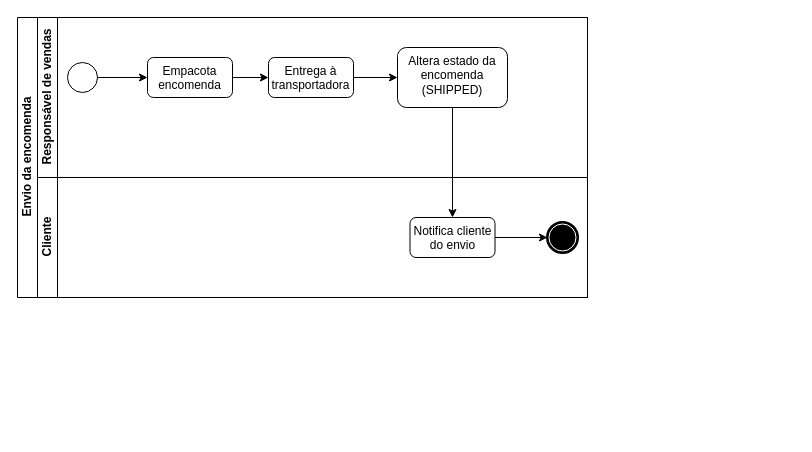
This is page "Envio" (3 of 4) of docs/bpmn.drawio from joaobraganca555/GlobalTech_ETL, a draw.io file, before an edit. Source tidied: cells renumbered, new cells numbered last; positions are measured from the earlier drawing's top-left corner, leaving out a move shared by most shapes. Both pictures are drawn from the tidied source at 100%, with x=0, y=0 at pixel (17, 17).
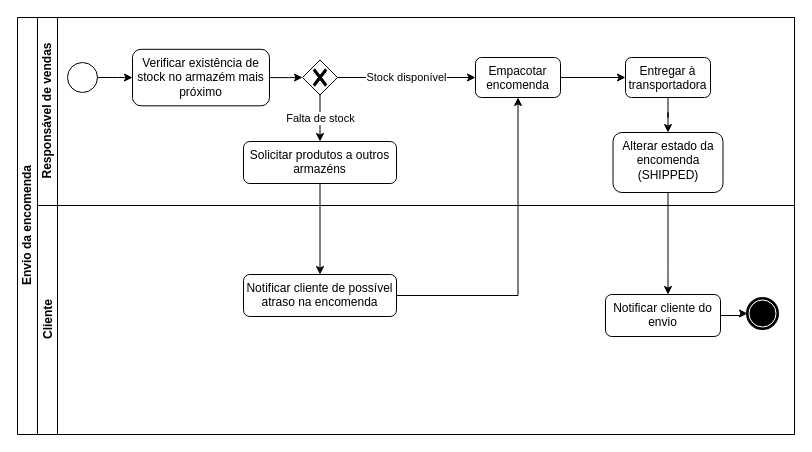
The same diagram, later.

Unchanged cells that the change refers to:
```xml
<mxCell id="8" style="points=[[0.145,0.145,0],[0.5,0,0],[0.855,0.145,0],[1,0.5,0],[0.855,0.855,0],[0.5,1,0],[0.145,0.855,0],[0,0.5,0]];shape=mxgraph.bpmn.event;html=1;verticalLabelPosition=bottom;labelBackgroundColor=#ffffff;verticalAlign=top;align=center;perimeter=ellipsePerimeter;outlineConnect=0;outline=standard;symbol=general;" parent="6" vertex="1">
  <mxGeometry x="30" y="45" width="30" height="30" as="geometry" />
</mxCell>
```

Diff of the diagram source:
```diff
@@
     <mxCell id="2" value="Envio da encomenda" style="swimlane;html=1;horizontal=0;startSize=20;" parent="1" vertex="1">
-      <mxGeometry width="570" height="280" as="geometry" />
+      <mxGeometry width="777" height="417" as="geometry" />
     </mxCell>
-    <mxCell id="3" style="edgeStyle=orthogonalEdgeStyle;rounded=0;orthogonalLoop=1;jettySize=auto;html=1;dashed=1;endArrow=none;endFill=0;" parent="2" edge="1">
-      <mxGeometry relative="1" as="geometry">
-        <mxPoint x="180" y="90" as="sourcePoint" />
-        <mxPoint x="180" y="90" as="targetPoint" />
-      </mxGeometry>
-    </mxCell>
@@
+    <mxCell id="3" style="edgeStyle=orthogonalEdgeStyle;rounded=0;orthogonalLoop=1;jettySize=auto;html=1;dashed=1;endArrow=none;endFill=0;" parent="2" edge="1">
+      <mxGeometry relative="1" as="geometry">
+        <mxPoint x="222" y="88.2" as="sourcePoint" />
+        <mxPoint x="222" y="88.2" as="targetPoint" />
+      </mxGeometry>
+    </mxCell>
     <mxCell id="6" value="Responsável de vendas" style="swimlane;html=1;startSize=20;horizontal=0;" parent="2" vertex="1">
-      <mxGeometry x="20" width="550" height="160" as="geometry" />
+      <mxGeometry x="20" width="757" height="188" as="geometry" />
     </mxCell>
@@
+    <mxCell id="21" style="edgeStyle=orthogonalEdgeStyle;rounded=0;jettySize=auto;html=1;" parent="6" edge="1" source="8" target="23">
+      <mxGeometry relative="1" as="geometry" />
+    </mxCell>
@@
-    <mxCell id="9" value="Empacota encomenda" style="rounded=1;whiteSpace=wrap;html=1;verticalAlign=top;labelBackgroundColor=#ffffff;" parent="6" vertex="1">
-      <mxGeometry x="110" y="40" width="85" height="40" as="geometry" />
+    <mxCell id="9" value="Empacotar encomenda" style="rounded=1;whiteSpace=wrap;html=1;verticalAlign=top;labelBackgroundColor=#ffffff;" parent="6" vertex="1">
+      <mxGeometry x="438" y="40" width="85" height="40" as="geometry" />
     </mxCell>
-    <mxCell id="10" style="edgeStyle=orthogonalEdgeStyle;rounded=0;jettySize=auto;html=1;" parent="6" edge="1" source="8" target="9">
-      <mxGeometry relative="1" as="geometry" />
-    </mxCell>
@@
-    <mxCell id="12" value="Entrega à transportadora" style="rounded=1;whiteSpace=wrap;html=1;verticalAlign=top;labelBackgroundColor=#ffffff;" parent="6" vertex="1">
-      <mxGeometry x="231" y="40" width="85" height="40" as="geometry" />
+    <mxCell id="12" value="Entregar&amp;nbsp;à transportadora" style="rounded=1;whiteSpace=wrap;html=1;verticalAlign=top;labelBackgroundColor=#ffffff;" parent="6" vertex="1">
+      <mxGeometry x="588" y="40" width="85" height="40" as="geometry" />
     </mxCell>
@@
-    <mxCell id="14" value="Altera estado da encomenda (SHIPPED)" style="rounded=1;whiteSpace=wrap;html=1;verticalAlign=top;labelBackgroundColor=#ffffff;" parent="6" vertex="1">
-      <mxGeometry x="360" y="30" width="110" height="60" as="geometry" />
+    <mxCell id="14" value="Alterar estado da encomenda (SHIPPED)" style="rounded=1;whiteSpace=wrap;html=1;verticalAlign=top;labelBackgroundColor=#ffffff;" parent="6" vertex="1">
+      <mxGeometry x="575.5" y="115" width="110" height="60" as="geometry" />
     </mxCell>
+    <mxCell id="22" style="edgeStyle=orthogonalEdgeStyle;rounded=0;jettySize=auto;html=1;" parent="6" edge="1" source="23" target="26">
+      <mxGeometry relative="1" as="geometry" />
+    </mxCell>
+    <mxCell id="23" value="Verificar existência de stock no armazém mais próximo" style="rounded=1;whiteSpace=wrap;html=1;verticalAlign=top;labelBackgroundColor=#ffffff;" parent="6" vertex="1">
+      <mxGeometry x="95" y="31.8" width="137" height="56.5" as="geometry" />
+    </mxCell>
+    <mxCell id="24" value="Stock disponível" style="edgeStyle=orthogonalEdgeStyle;rounded=0;jettySize=auto;html=1;" parent="6" edge="1" source="26" target="9">
+      <mxGeometry relative="1" as="geometry" />
+    </mxCell>
+    <mxCell id="25" value="Falta de stock" style="edgeStyle=orthogonalEdgeStyle;rounded=0;jettySize=auto;html=1;" parent="6" edge="1" source="26" target="27">
+      <mxGeometry relative="1" as="geometry" />
+    </mxCell>
+    <mxCell id="26" style="points=[[0.25,0.25,0],[0.5,0,0],[0.75,0.25,0],[1,0.5,0],[0.75,0.75,0],[0.5,1,0],[0.25,0.75,0],[0,0.5,0]];shape=mxgraph.bpmn.gateway2;html=1;verticalLabelPosition=bottom;labelBackgroundColor=#ffffff;verticalAlign=top;align=center;perimeter=rhombusPerimeter;outlineConnect=0;outline=none;symbol=none;gwType=exclusive;" parent="6" vertex="1">
+      <mxGeometry x="265" y="42.5" width="35" height="35" as="geometry" />
+    </mxCell>
+    <mxCell id="27" value="Solicitar produtos a outros armazéns" style="rounded=1;whiteSpace=wrap;html=1;verticalAlign=top;labelBackgroundColor=#ffffff;" parent="6" vertex="1">
+      <mxGeometry x="206" y="124" width="153" height="42" as="geometry" />
+    </mxCell>
+    <mxCell id="20" style="edgeStyle=orthogonalEdgeStyle;rounded=0;jettySize=auto;html=1;" parent="2" edge="1" source="14" target="19">
+      <mxGeometry relative="1" as="geometry">
+        <Array as="points">
+          <mxPoint x="651" y="249" />
+          <mxPoint x="651" y="249" />
+        </Array>
+      </mxGeometry>
+    </mxCell>
+    <mxCell id="28" style="edgeStyle=orthogonalEdgeStyle;rounded=0;jettySize=auto;html=1;" parent="2" edge="1" source="27" target="29">
+      <mxGeometry relative="1" as="geometry" />
+    </mxCell>
     <mxCell id="15" value="Cliente" style="swimlane;html=1;startSize=20;horizontal=0;" parent="2" vertex="1">
-      <mxGeometry x="20" y="160" width="550" height="120" as="geometry" />
+      <mxGeometry x="20" y="188" width="757" height="229" as="geometry" />
     </mxCell>
@@
     <mxCell id="17" style="points=[[0.145,0.145,0],[0.5,0,0],[0.855,0.145,0],[1,0.5,0],[0.855,0.855,0],[0.5,1,0],[0.145,0.855,0],[0,0.5,0]];shape=mxgraph.bpmn.event;html=1;verticalLabelPosition=bottom;labelBackgroundColor=#ffffff;verticalAlign=top;align=center;perimeter=ellipsePerimeter;outlineConnect=0;outline=end;symbol=terminate;" parent="15" vertex="1">
-      <mxGeometry x="510" y="45" width="30" height="30" as="geometry" />
+      <mxGeometry x="710" y="93" width="30" height="30" as="geometry" />
     </mxCell>
@@
-    <mxCell id="19" value="Notifica cliente do envio" style="rounded=1;whiteSpace=wrap;html=1;verticalAlign=top;labelBackgroundColor=#ffffff;" parent="15" vertex="1">
-      <mxGeometry x="372.5" y="40" width="85" height="40" as="geometry" />
+    <mxCell id="19" value="Notificar cliente do envio" style="rounded=1;whiteSpace=wrap;html=1;verticalAlign=top;labelBackgroundColor=#ffffff;" parent="15" vertex="1">
+      <mxGeometry x="568" y="89" width="115" height="42" as="geometry" />
     </mxCell>
-    <mxCell id="20" style="edgeStyle=orthogonalEdgeStyle;rounded=0;jettySize=auto;html=1;" parent="2" edge="1" source="14" target="19">
-      <mxGeometry relative="1" as="geometry" />
-    </mxCell>
+    <mxCell id="29" value="Notificar cliente de possível atraso na encomenda" style="rounded=1;whiteSpace=wrap;html=1;verticalAlign=top;labelBackgroundColor=#ffffff;" parent="15" vertex="1">
+      <mxGeometry x="206" y="69" width="153" height="42" as="geometry" />
+    </mxCell>
+    <mxCell id="30" style="edgeStyle=orthogonalEdgeStyle;rounded=0;jettySize=auto;html=1;" parent="2" edge="1" source="29" target="9">
+      <mxGeometry relative="1" as="geometry" />
+    </mxCell>
```
